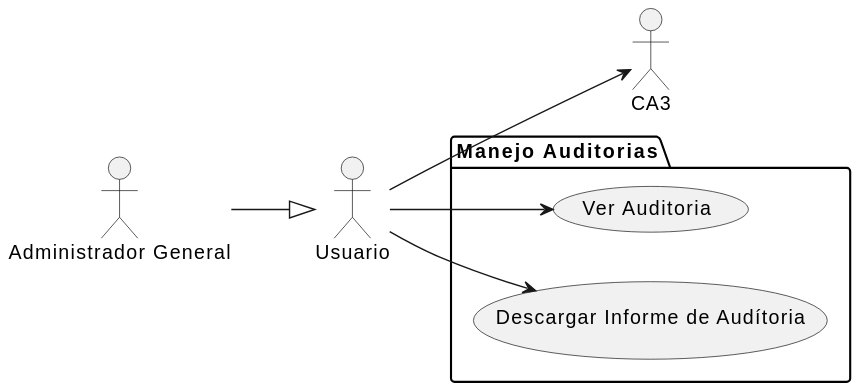
Earlier version of the PlantUML export docs/casosDeUso/diagramaCasosDeUso/manejoAuditoria/manejoAuditoria.svg (mmasias/24-25-IdSw1-SDR).
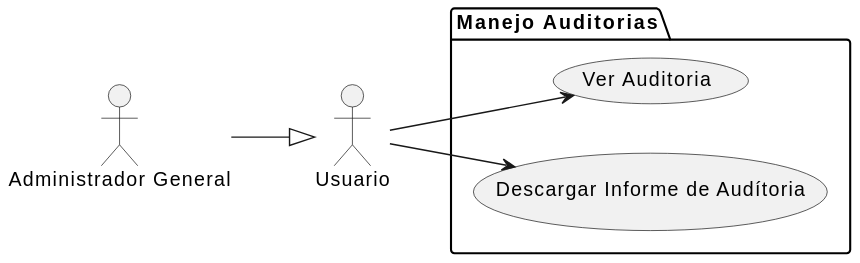
After the commit.

Commit message:
fix: actualizar diagrama de manejo de auditoría y ajustar SVG

The edit, as a diff of the source:
```diff
@@ -11,5 +11,4 @@
 AdminGeneral --|> Usuario
 Usuario --> CA1
 Usuario --> CA2
-Usuario --> CA3
 @enduml
```
